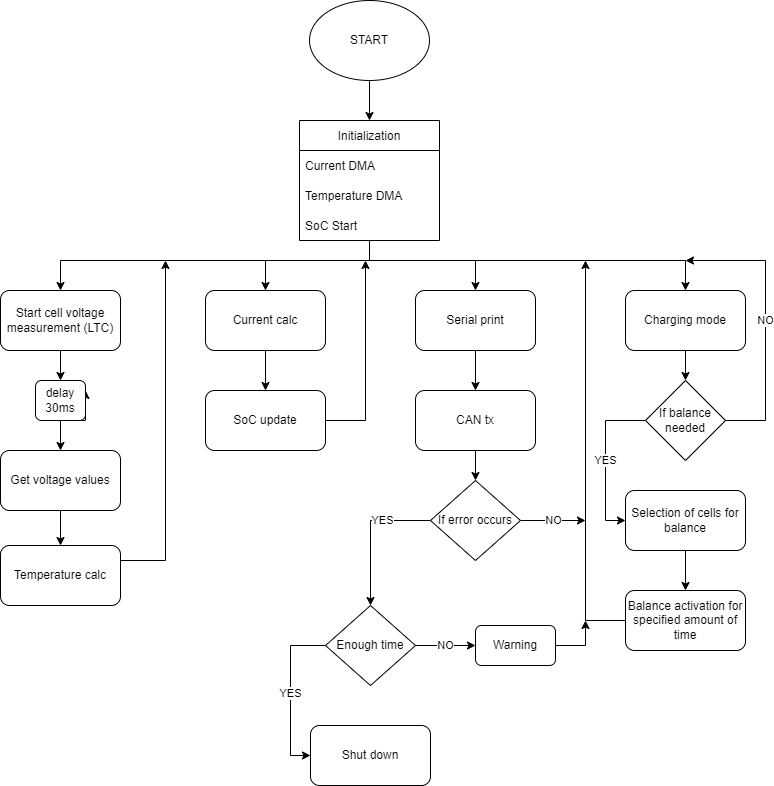
Above: DOCUMENTATION/Block_Diagram.png in PUT-Motorsport/PUTM_EV_BMS_LV_2022 (draw.io), before the change. Source tidied: cells renumbered, new cells last; positions are measured from the earlier drawing's top-left corner, leaving out a move shared by most shapes.
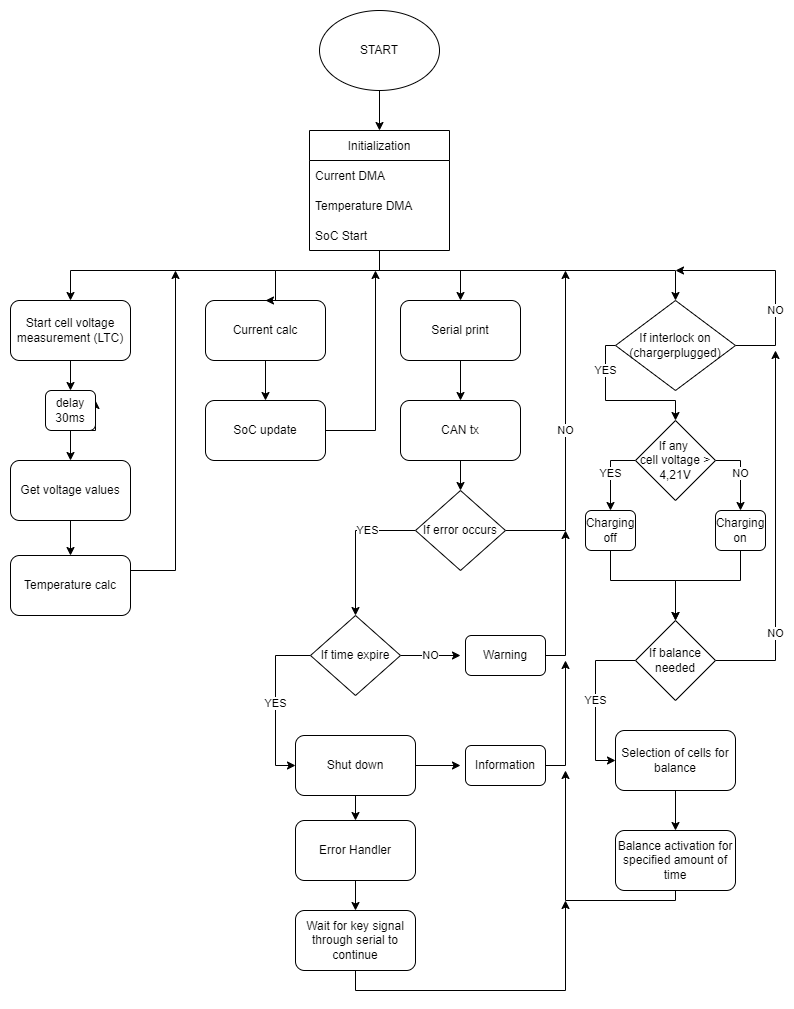
After the change.

Diff of the diagram source:
```diff
@@ -18,7 +18,7 @@
       <mxGeometry relative="1" as="geometry" />
     </mxCell>
     <mxCell id="7" value="Current calc" style="rounded=1;whiteSpace=wrap;html=1;" parent="1" vertex="1">
-      <mxGeometry x="205" y="290" width="120" height="60" as="geometry" />
+      <mxGeometry x="195" y="290" width="120" height="60" as="geometry" />
     </mxCell>
     <mxCell id="8" style="edgeStyle=orthogonalEdgeStyle;rounded=0;jettySize=auto;html=1;exitX=0.5;exitY=1;exitDx=0;exitDy=0;" parent="1" edge="1" source="10">
       <mxGeometry relative="1" as="geometry">
@@ -57,65 +57,63 @@
         </Array>
       </mxGeometry>
     </mxCell>
-    <mxCell id="16" style="edgeStyle=orthogonalEdgeStyle;rounded=0;jettySize=auto;html=1;" parent="1" edge="1" source="17" target="28">
-      <mxGeometry relative="1" as="geometry" />
-    </mxCell>
-    <mxCell id="17" value="Charging mode" style="rounded=1;whiteSpace=wrap;html=1;" parent="1" vertex="1">
-      <mxGeometry x="625" y="290" width="120" height="60" as="geometry" />
-    </mxCell>
     <mxCell id="18" style="edgeStyle=orthogonalEdgeStyle;rounded=0;jettySize=auto;html=1;" parent="1" edge="1" source="19">
       <mxGeometry relative="1" as="geometry">
         <mxPoint x="365" y="260" as="targetPoint" />
       </mxGeometry>
     </mxCell>
     <mxCell id="19" value="SoC update" style="rounded=1;whiteSpace=wrap;html=1;" parent="1" vertex="1">
-      <mxGeometry x="205" y="390" width="120" height="60" as="geometry" />
+      <mxGeometry x="195" y="390" width="120" height="60" as="geometry" />
     </mxCell>
     <mxCell id="20" style="edgeStyle=orthogonalEdgeStyle;rounded=0;jettySize=auto;html=1;entryX=0.5;entryY=0;entryDx=0;entryDy=0;" parent="1" edge="1" source="21" target="23">
       <mxGeometry relative="1" as="geometry" />
     </mxCell>
     <mxCell id="21" value="Serial print" style="rounded=1;whiteSpace=wrap;html=1;" parent="1" vertex="1">
-      <mxGeometry x="415" y="290" width="120" height="60" as="geometry" />
+      <mxGeometry x="390" y="290" width="120" height="60" as="geometry" />
     </mxCell>
     <mxCell id="22" style="edgeStyle=orthogonalEdgeStyle;rounded=0;jettySize=auto;html=1;entryX=0.5;entryY=0;entryDx=0;entryDy=0;" parent="1" edge="1" source="23" target="35">
       <mxGeometry relative="1" as="geometry" />
     </mxCell>
     <mxCell id="23" value="CAN tx" style="rounded=1;whiteSpace=wrap;html=1;" parent="1" vertex="1">
-      <mxGeometry x="415" y="390" width="120" height="60" as="geometry" />
+      <mxGeometry x="390" y="390" width="120" height="60" as="geometry" />
     </mxCell>
     <mxCell id="24" style="edgeStyle=orthogonalEdgeStyle;rounded=0;jettySize=auto;html=1;entryX=0.5;entryY=0;entryDx=0;entryDy=0;" parent="1" edge="1" source="25" target="30">
       <mxGeometry relative="1" as="geometry" />
     </mxCell>
     <mxCell id="25" value="Selection of cells for balance" style="rounded=1;whiteSpace=wrap;html=1;" parent="1" vertex="1">
-      <mxGeometry x="625" y="490" width="120" height="60" as="geometry" />
+      <mxGeometry x="605" y="720" width="120" height="60" as="geometry" />
     </mxCell>
     <mxCell id="26" value="NO" style="edgeStyle=orthogonalEdgeStyle;rounded=0;jettySize=auto;html=1;" parent="1" edge="1" source="28">
-      <mxGeometry relative="1" as="geometry">
-        <mxPoint x="685" y="260" as="targetPoint" />
+      <mxGeometry x="-0.53" relative="1" as="geometry">
+        <mxPoint x="765" y="340" as="targetPoint" />
         <Array as="points">
-          <mxPoint x="765" y="420" />
-          <mxPoint x="765" y="260" />
+          <mxPoint x="765" y="650" />
         </Array>
       </mxGeometry>
     </mxCell>
-    <mxCell id="27" value="YES" style="edgeStyle=orthogonalEdgeStyle;rounded=0;jettySize=auto;html=1;entryX=0;entryY=0.5;entryDx=0;entryDy=0;" parent="1" edge="1" source="28" target="25">
+    <mxCell id="27" value="YES" style="edgeStyle=orthogonalEdgeStyle;rounded=0;jettySize=auto;html=1;entryX=0;entryY=0.5;entryDx=0;entryDy=0;" parent="1" edge="1" target="25">
       <mxGeometry relative="1" as="geometry">
+        <mxPoint x="625" y="650" as="sourcePoint" />
         <Array as="points">
-          <mxPoint x="605" y="420" />
-          <mxPoint x="605" y="520" />
+          <mxPoint x="585" y="650" />
+          <mxPoint x="585" y="750" />
         </Array>
       </mxGeometry>
     </mxCell>
     <mxCell id="28" value="If balance needed" style="rhombus;whiteSpace=wrap;html=1;" parent="1" vertex="1">
-      <mxGeometry x="645" y="380" width="80" height="80" as="geometry" />
+      <mxGeometry x="625" y="610" width="80" height="80" as="geometry" />
     </mxCell>
-    <mxCell id="29" style="edgeStyle=orthogonalEdgeStyle;rounded=0;jettySize=auto;html=1;" parent="1" edge="1" source="30">
-      <mxGeometry relative="1" as="geometry">
-        <mxPoint x="585" y="260" as="targetPoint" />
-      </mxGeometry>
-    </mxCell>
+    <mxCell id="47" style="edgeStyle=orthogonalEdgeStyle;rounded=0;jettySize=auto;html=1;" parent="1" edge="1" source="30">
+      <mxGeometry relative="1" as="geometry">
+        <mxPoint x="555" y="760" as="targetPoint" />
+        <Array as="points">
+          <mxPoint x="555" y="890" />
+          <mxPoint x="555" y="760" />
+        </Array>
+      </mxGeometry>
+    </mxCell>
     <mxCell id="30" value="Balance activation for specified amount of time" style="rounded=1;whiteSpace=wrap;html=1;" parent="1" vertex="1">
-      <mxGeometry x="625" y="590" width="120" height="60" as="geometry" />
+      <mxGeometry x="605" y="820" width="120" height="60" as="geometry" />
     </mxCell>
     <mxCell id="31" style="edgeStyle=orthogonalEdgeStyle;rounded=0;jettySize=auto;html=1;entryX=0.5;entryY=0;entryDx=0;entryDy=0;" parent="1" edge="1" target="5">
       <mxGeometry relative="1" as="geometry">
@@ -128,27 +126,32 @@
     </mxCell>
     <mxCell id="32" style="edgeStyle=orthogonalEdgeStyle;rounded=0;orthogonalLoop=1;jettySize=auto;html=1;" parent="1" edge="1">
       <mxGeometry relative="1" as="geometry">
-        <mxPoint x="475" y="260" as="sourcePoint" />
-        <mxPoint x="685" y="290" as="targetPoint" />
+        <mxPoint x="445" y="260" as="sourcePoint" />
+        <mxPoint x="665" y="290" as="targetPoint" />
         <Array as="points">
-          <mxPoint x="685" y="260" />
+          <mxPoint x="665" y="260" />
+          <mxPoint x="665" y="290" />
         </Array>
       </mxGeometry>
     </mxCell>
     <mxCell id="33" value="NO" style="edgeStyle=orthogonalEdgeStyle;rounded=0;jettySize=auto;html=1;" parent="1" edge="1" source="35">
       <mxGeometry relative="1" as="geometry">
-        <mxPoint x="585" y="520" as="targetPoint" />
+        <mxPoint x="555" y="260" as="targetPoint" />
+        <Array as="points">
+          <mxPoint x="555" y="520" />
+          <mxPoint x="555" y="260" />
+        </Array>
       </mxGeometry>
     </mxCell>
     <mxCell id="34" value="YES" style="edgeStyle=orthogonalEdgeStyle;rounded=0;jettySize=auto;html=1;entryX=0.5;entryY=0;entryDx=0;entryDy=0;" parent="1" edge="1" source="35" target="43">
       <mxGeometry x="-0.33" relative="1" as="geometry">
         <Array as="points">
-          <mxPoint x="370" y="520" />
+          <mxPoint x="345" y="520" />
         </Array>
       </mxGeometry>
     </mxCell>
     <mxCell id="35" value="If error occurs" style="rhombus;whiteSpace=wrap;html=1;" parent="1" vertex="1">
-      <mxGeometry x="430" y="480" width="90" height="80" as="geometry" />
+      <mxGeometry x="405" y="480" width="90" height="80" as="geometry" />
     </mxCell>
     <mxCell id="36" value="Initialization" style="swimlane;fontStyle=0;horizontal=1;startSize=30;" parent="1" vertex="1">
       <mxGeometry x="299" y="120" width="140" height="120" as="geometry" />
@@ -162,39 +165,139 @@
     <mxCell id="39" value="SoC Start" style="text;strokeColor=none;fillColor=none;align=left;verticalAlign=middle;spacingLeft=4;spacingRight=4;overflow=hidden;" parent="36" vertex="1">
       <mxGeometry y="90" width="140" height="30" as="geometry" />
     </mxCell>
+    <mxCell id="48" style="edgeStyle=orthogonalEdgeStyle;rounded=0;jettySize=auto;html=1;" parent="1" edge="1" source="40" target="52">
+      <mxGeometry relative="1" as="geometry" />
+    </mxCell>
+    <mxCell id="49" style="edgeStyle=orthogonalEdgeStyle;rounded=0;jettySize=auto;html=1;" parent="1" edge="1" source="40">
+      <mxGeometry relative="1" as="geometry">
+        <mxPoint x="450" y="755" as="targetPoint" />
+      </mxGeometry>
+    </mxCell>
     <mxCell id="40" value="Shut down" style="rounded=1;whiteSpace=wrap;html=1;" parent="1" vertex="1">
-      <mxGeometry x="310" y="725" width="120" height="60" as="geometry" />
+      <mxGeometry x="285" y="725" width="120" height="60" as="geometry" />
     </mxCell>
     <mxCell id="41" value="YES" style="edgeStyle=orthogonalEdgeStyle;rounded=0;jettySize=auto;html=1;entryX=0;entryY=0.5;entryDx=0;entryDy=0;" parent="1" edge="1" source="43" target="40">
       <mxGeometry relative="1" as="geometry">
         <Array as="points">
-          <mxPoint x="290" y="645" />
-          <mxPoint x="290" y="755" />
+          <mxPoint x="265" y="645" />
+          <mxPoint x="265" y="755" />
         </Array>
       </mxGeometry>
     </mxCell>
-    <mxCell id="42" value="NO" style="edgeStyle=orthogonalEdgeStyle;rounded=0;jettySize=auto;html=1;entryX=0;entryY=0.5;entryDx=0;entryDy=0;" parent="1" edge="1" source="43" target="45">
-      <mxGeometry relative="1" as="geometry" />
+    <mxCell id="42" value="NO" style="edgeStyle=orthogonalEdgeStyle;rounded=0;jettySize=auto;html=1;entryX=0;entryY=0.5;entryDx=0;entryDy=0;" parent="1" edge="1" source="43">
+      <mxGeometry relative="1" as="geometry">
+        <mxPoint x="450" y="645" as="targetPoint" />
+      </mxGeometry>
     </mxCell>
-    <mxCell id="43" value="Enough time" style="rhombus;whiteSpace=wrap;html=1;" parent="1" vertex="1">
-      <mxGeometry x="325" y="605" width="90" height="80" as="geometry" />
+    <mxCell id="43" value="If time expire" style="rhombus;whiteSpace=wrap;html=1;" parent="1" vertex="1">
+      <mxGeometry x="300" y="605" width="90" height="80" as="geometry" />
     </mxCell>
-    <mxCell id="44" style="edgeStyle=orthogonalEdgeStyle;rounded=0;jettySize=auto;html=1;" parent="1" edge="1" source="45">
-      <mxGeometry relative="1" as="geometry">
-        <mxPoint x="585" y="620" as="targetPoint" />
-      </mxGeometry>
-    </mxCell>
+    <mxCell id="50" style="edgeStyle=orthogonalEdgeStyle;rounded=0;jettySize=auto;html=1;exitX=1;exitY=0.5;exitDx=0;exitDy=0;" parent="1" edge="1" source="45">
+      <mxGeometry relative="1" as="geometry">
+        <mxPoint x="555" y="520" as="targetPoint" />
+      </mxGeometry>
+    </mxCell>
     <mxCell id="45" value="Warning" style="rounded=1;whiteSpace=wrap;html=1;" parent="1" vertex="1">
-      <mxGeometry x="475" y="625" width="80" height="40" as="geometry" />
+      <mxGeometry x="455" y="625" width="80" height="40" as="geometry" />
     </mxCell>
-    <mxCell id="46" style="edgeStyle=orthogonalEdgeStyle;rounded=0;orthogonalLoop=1;jettySize=auto;html=1;" parent="1" edge="1">
+    <mxCell id="46" style="edgeStyle=orthogonalEdgeStyle;rounded=0;jettySize=auto;html=1;entryX=0.5;entryY=0;entryDx=0;entryDy=0;" parent="1" edge="1" target="21">
       <mxGeometry relative="1" as="geometry">
         <mxPoint x="365" y="260" as="sourcePoint" />
-        <mxPoint x="475" y="290" as="targetPoint" />
         <Array as="points">
-          <mxPoint x="475" y="260" />
+          <mxPoint x="450" y="260" />
         </Array>
       </mxGeometry>
     </mxCell>
+    <mxCell id="51" style="edgeStyle=orthogonalEdgeStyle;rounded=0;jettySize=auto;html=1;" parent="1" edge="1" source="52" target="54">
+      <mxGeometry relative="1" as="geometry" />
+    </mxCell>
+    <mxCell id="52" value="Error Handler" style="rounded=1;whiteSpace=wrap;html=1;" parent="1" vertex="1">
+      <mxGeometry x="285" y="810" width="120" height="60" as="geometry" />
+    </mxCell>
+    <mxCell id="53" style="edgeStyle=orthogonalEdgeStyle;rounded=0;jettySize=auto;html=1;" parent="1" edge="1" source="54">
+      <mxGeometry relative="1" as="geometry">
+        <mxPoint x="555" y="890" as="targetPoint" />
+        <Array as="points">
+          <mxPoint x="345" y="980" />
+          <mxPoint x="555" y="980" />
+        </Array>
+      </mxGeometry>
+    </mxCell>
+    <mxCell id="54" value="Wait for key signal through serial to continue" style="rounded=1;whiteSpace=wrap;html=1;" parent="1" vertex="1">
+      <mxGeometry x="285" y="900" width="120" height="60" as="geometry" />
+    </mxCell>
+    <mxCell id="55" style="edgeStyle=orthogonalEdgeStyle;rounded=0;jettySize=auto;html=1;" parent="1" edge="1" source="56">
+      <mxGeometry relative="1" as="geometry">
+        <mxPoint x="555" y="650" as="targetPoint" />
+        <Array as="points">
+          <mxPoint x="555" y="755" />
+          <mxPoint x="555" y="650" />
+        </Array>
+      </mxGeometry>
+    </mxCell>
+    <mxCell id="56" value="Information" style="rounded=1;whiteSpace=wrap;html=1;" parent="1" vertex="1">
+      <mxGeometry x="455" y="735" width="80" height="40" as="geometry" />
+    </mxCell>
+    <mxCell id="57" value="YES" style="edgeStyle=orthogonalEdgeStyle;rounded=0;jettySize=auto;html=1;entryX=0.5;entryY=0;entryDx=0;entryDy=0;" parent="1" edge="1" source="59" target="63">
+      <mxGeometry relative="1" as="geometry">
+        <Array as="points">
+          <mxPoint x="600" y="450" />
+        </Array>
+      </mxGeometry>
+    </mxCell>
+    <mxCell id="58" value="NO" style="edgeStyle=orthogonalEdgeStyle;rounded=0;jettySize=auto;html=1;entryX=0.5;entryY=0;entryDx=0;entryDy=0;" parent="1" edge="1" source="59" target="61">
+      <mxGeometry relative="1" as="geometry">
+        <Array as="points">
+          <mxPoint x="730" y="450" />
+        </Array>
+      </mxGeometry>
+    </mxCell>
+    <mxCell id="59" value="If any &lt;br&gt;cell voltage &amp;gt; 4,21V" style="rhombus;whiteSpace=wrap;html=1;" parent="1" vertex="1">
+      <mxGeometry x="625" y="410" width="80" height="80" as="geometry" />
+    </mxCell>
+    <mxCell id="60" style="edgeStyle=orthogonalEdgeStyle;rounded=0;jettySize=auto;html=1;" parent="1" edge="1" source="61">
+      <mxGeometry relative="1" as="geometry">
+        <mxPoint x="665" y="610" as="targetPoint" />
+        <Array as="points">
+          <mxPoint x="730" y="570" />
+          <mxPoint x="665" y="570" />
+        </Array>
+      </mxGeometry>
+    </mxCell>
+    <mxCell id="61" value="Charging on" style="rounded=1;whiteSpace=wrap;html=1;" parent="1" vertex="1">
+      <mxGeometry x="705" y="500" width="50" height="40" as="geometry" />
+    </mxCell>
+    <mxCell id="62" style="edgeStyle=orthogonalEdgeStyle;rounded=0;jettySize=auto;html=1;entryX=0.5;entryY=0;entryDx=0;entryDy=0;" parent="1" edge="1" source="63" target="28">
+      <mxGeometry relative="1" as="geometry">
+        <Array as="points">
+          <mxPoint x="600" y="570" />
+          <mxPoint x="665" y="570" />
+        </Array>
+      </mxGeometry>
+    </mxCell>
+    <mxCell id="63" value="Charging off" style="rounded=1;whiteSpace=wrap;html=1;" parent="1" vertex="1">
+      <mxGeometry x="575" y="500" width="50" height="40" as="geometry" />
+    </mxCell>
+    <mxCell id="64" value="NO" style="edgeStyle=orthogonalEdgeStyle;rounded=0;jettySize=auto;html=1;" parent="1" edge="1" source="66">
+      <mxGeometry x="-0.3" relative="1" as="geometry">
+        <mxPoint x="665" y="260" as="targetPoint" />
+        <Array as="points">
+          <mxPoint x="765" y="335" />
+          <mxPoint x="765" y="260" />
+        </Array>
+      </mxGeometry>
+    </mxCell>
+    <mxCell id="65" value="YES" style="edgeStyle=orthogonalEdgeStyle;rounded=0;jettySize=auto;html=1;entryX=0.5;entryY=0;entryDx=0;entryDy=0;" parent="1" edge="1" source="66" target="59">
+      <mxGeometry x="-0.55" relative="1" as="geometry">
+        <Array as="points">
+          <mxPoint x="595" y="335" />
+          <mxPoint x="595" y="390" />
+          <mxPoint x="665" y="390" />
+        </Array>
+      </mxGeometry>
+    </mxCell>
+    <mxCell id="66" value="If interlock on&lt;br&gt;(chargerplugged)" style="rhombus;whiteSpace=wrap;html=1;" parent="1" vertex="1">
+      <mxGeometry x="605" y="290" width="120" height="90" as="geometry" />
+    </mxCell>
   </root>
 </mxGraphModel>
```
